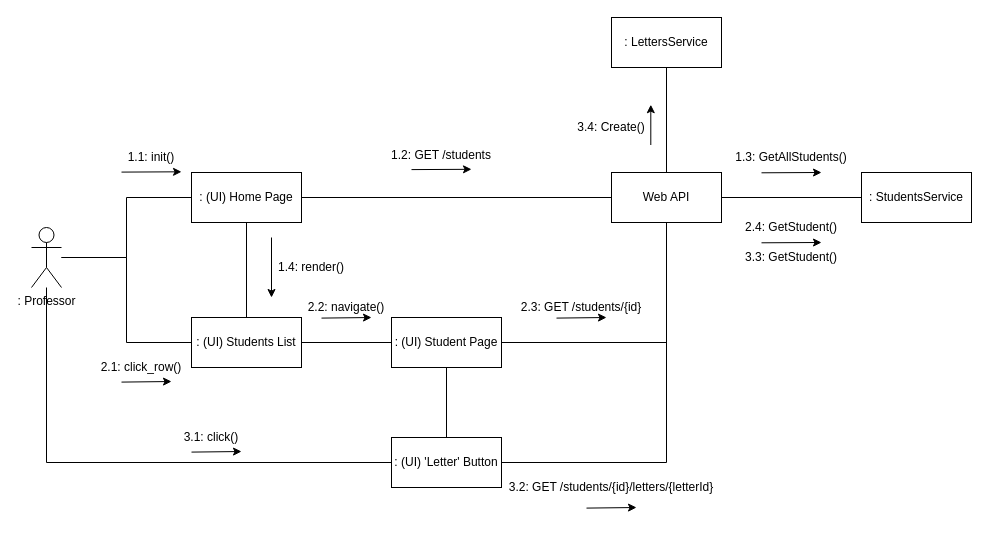
This is Communication/Communication.drawio from Noveboi/UniLetters.Diagrams, a draw.io file, before an edit. Source tidied: cells renumbered, new cells numbered last; positions are measured from the earlier drawing's top-left corner, leaving out a move shared by most shapes. Both pictures are drawn from the tidied source at 100%, with x=0, y=0 at pixel (31, 17).
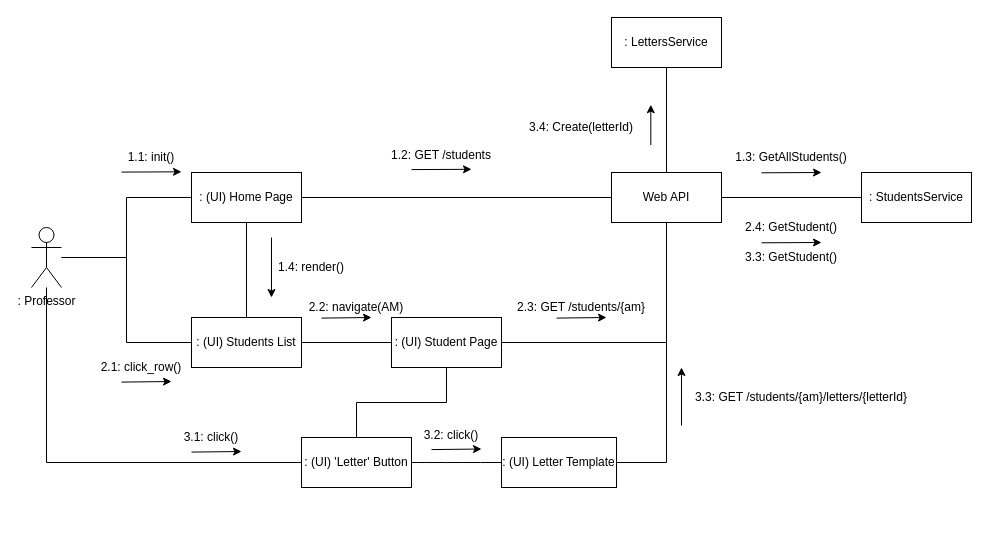
The same page after the edit.

The change refers to these unchanged cells:
```xml
<mxCell id="13" value="Web API" style="html=1;whiteSpace=wrap;" parent="1" vertex="1">
  <mxGeometry x="580" y="155" width="110" height="50" as="geometry" />
</mxCell>
```

The edit, as a diff of the source:
```diff
@@
-    <mxCell id="28" value="2.2: navigate()" style="text;html=1;align=center;verticalAlign=middle;whiteSpace=wrap;rounded=0;" parent="1" vertex="1">
-      <mxGeometry x="270" y="280" width="90" height="20" as="geometry" />
+    <mxCell id="28" value="2.2: navigate(AM)" style="text;html=1;align=center;verticalAlign=middle;whiteSpace=wrap;rounded=0;" parent="1" vertex="1">
+      <mxGeometry x="250" y="280" width="150" height="20" as="geometry" />
     </mxCell>
@@
-    <mxCell id="30" value="2.3: GET /students/{id}" style="text;html=1;align=center;verticalAlign=middle;whiteSpace=wrap;rounded=0;" parent="1" vertex="1">
+    <mxCell id="30" value="2.3: GET /students/{am}" style="text;html=1;align=center;verticalAlign=middle;whiteSpace=wrap;rounded=0;" parent="1" vertex="1">
       <mxGeometry x="480" y="280" width="140" height="20" as="geometry" />
     </mxCell>
@@
-    <mxCell id="34" style="edgeStyle=orthogonalEdgeStyle;rounded=0;jettySize=auto;html=1;entryX=0.5;entryY=1;entryDx=0;entryDy=0;endArrow=none;startFill=0;" parent="1" edge="1" source="35" target="13">
-      <mxGeometry relative="1" as="geometry" />
-    </mxCell>
+    <mxCell id="44" style="edgeStyle=none;curved=1;rounded=0;jettySize=auto;html=1;entryX=0;entryY=0.5;entryDx=0;entryDy=0;fontSize=12;startSize=8;endSize=8;endArrow=none;startFill=0;" parent="1" edge="1" source="35" target="46">
+      <mxGeometry relative="1" as="geometry" />
+    </mxCell>
     <mxCell id="35" value=": (UI) 'Letter'&lt;span style=&quot;background-color: transparent; color: light-dark(rgb(0, 0, 0), rgb(255, 255, 255));&quot;&gt;&amp;nbsp;Button&lt;/span&gt;" style="html=1;whiteSpace=wrap;" parent="1" vertex="1">
-      <mxGeometry x="360" y="420" width="110" height="50" as="geometry" />
+      <mxGeometry x="270" y="420" width="110" height="50" as="geometry" />
     </mxCell>
@@
     <mxCell id="39" style="endArrow=classic;html=1;rounded=0;" parent="1" edge="1">
       <mxGeometry relative="1" as="geometry">
-        <mxPoint x="555" y="490.6" as="sourcePoint" />
-        <mxPoint x="605" y="490" as="targetPoint" />
+        <mxPoint x="650" y="408.1" as="sourcePoint" />
+        <mxPoint x="650" y="350" as="targetPoint" />
       </mxGeometry>
     </mxCell>
-    <mxCell id="40" value="3.2: GET /students/{id}/letters/{letterId}" style="text;html=1;align=center;verticalAlign=middle;whiteSpace=wrap;rounded=0;" parent="1" vertex="1">
-      <mxGeometry x="460" y="460" width="240" height="20" as="geometry" />
+    <mxCell id="40" value="3.3: GET /students/{am}/letters/{letterId}" style="text;html=1;align=center;verticalAlign=middle;whiteSpace=wrap;rounded=0;" parent="1" vertex="1">
+      <mxGeometry x="650" y="370" width="240" height="20" as="geometry" />
     </mxCell>
@@
-    <mxCell id="43" value="3.4: Create()" style="text;html=1;align=center;verticalAlign=middle;whiteSpace=wrap;rounded=0;" parent="1" vertex="1">
-      <mxGeometry x="510" y="100" width="140" height="20" as="geometry" />
+    <mxCell id="43" value="3.4: Create(letterId)" style="text;html=1;align=center;verticalAlign=middle;whiteSpace=wrap;rounded=0;" parent="1" vertex="1">
+      <mxGeometry x="480" y="100" width="140" height="20" as="geometry" />
     </mxCell>
+    <mxCell id="45" style="edgeStyle=none;curved=0;rounded=0;jettySize=auto;html=1;fontSize=12;startSize=8;endSize=8;entryX=0.5;entryY=1;entryDx=0;entryDy=0;strokeColor=default;endArrow=none;startFill=0;" parent="1" edge="1" source="46" target="13">
+      <mxGeometry relative="1" as="geometry">
+        <Array as="points">
+          <mxPoint x="635" y="445" />
+        </Array>
+      </mxGeometry>
+    </mxCell>
+    <mxCell id="46" value=": (UI) Letter Template" style="html=1;whiteSpace=wrap;" parent="1" vertex="1">
+      <mxGeometry x="470" y="420" width="115" height="50" as="geometry" />
+    </mxCell>
+    <mxCell id="47" style="endArrow=classic;html=1;rounded=0;" parent="1" edge="1">
+      <mxGeometry relative="1" as="geometry">
+        <mxPoint x="400" y="432.1" as="sourcePoint" />
+        <mxPoint x="450" y="431.5" as="targetPoint" />
+      </mxGeometry>
+    </mxCell>
+    <mxCell id="48" value="3.2: click()" style="text;html=1;align=center;verticalAlign=middle;whiteSpace=wrap;rounded=0;" parent="1" vertex="1">
+      <mxGeometry x="370" y="407.5" width="100" height="20" as="geometry" />
+    </mxCell>
```
